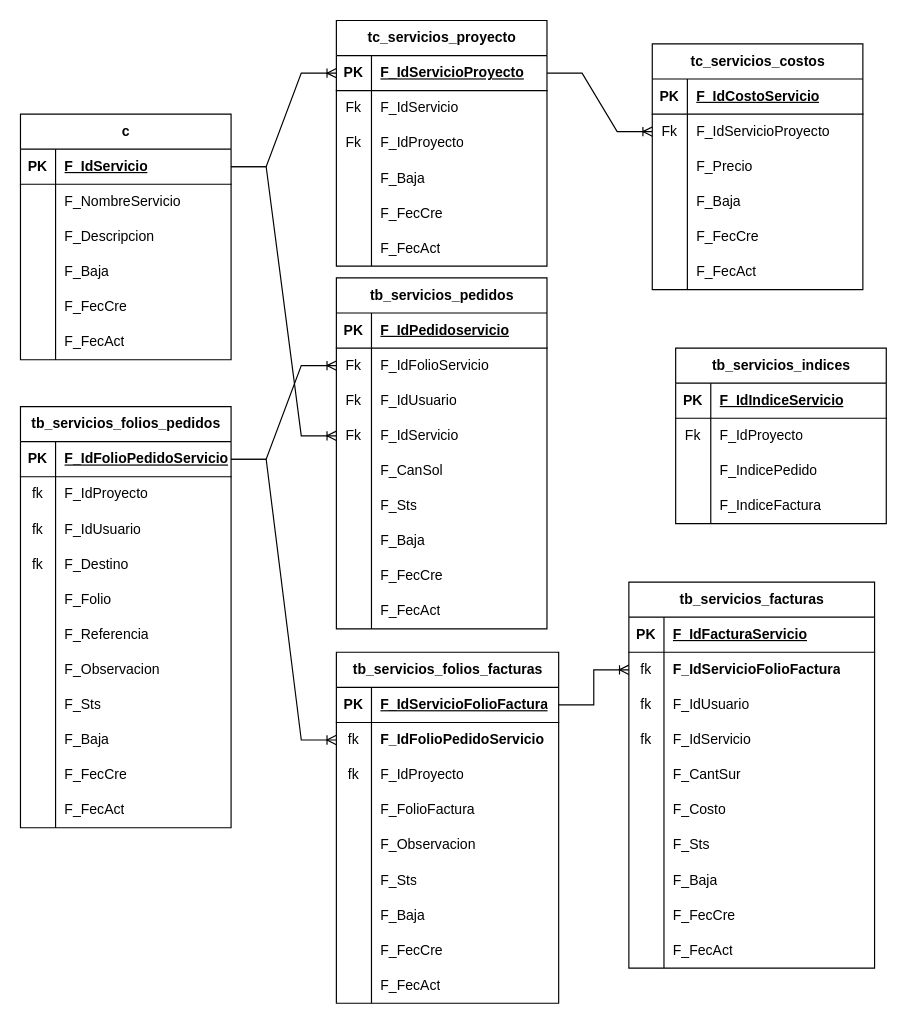
Above: RemisionesServiciosWms.drawio in ErnestoDanielTafoyaMolinaCYM/clases-cat-cym (draw.io), before the change. Source tidied: cells renumbered, new cells numbered last; positions are measured from the earlier drawing's top-left corner, leaving out a move shared by most shapes. Both pictures are drawn from the tidied source at 117%, with x=0, y=0 at pixel (20, 20).
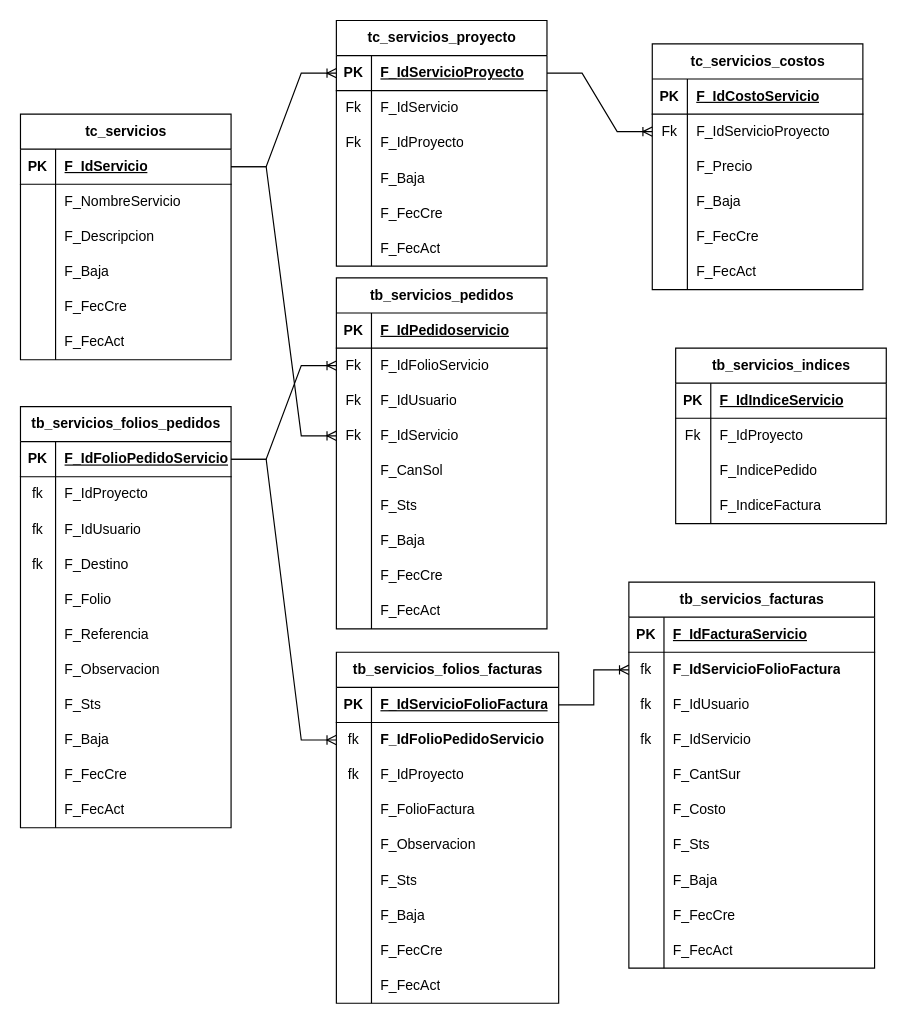
The same page after the edit.

Diff of the diagram source:
```diff
@@
-    <mxCell id="2" value="c" style="shape=table;startSize=30;childLayout=tableLayout;rowLines=0;fontStyle=1;align=center;html=1;" parent="1" vertex="1">
+    <mxCell id="2" value="tc_servicios" style="shape=table;startSize=30;childLayout=tableLayout;rowLines=0;fontStyle=1;align=center;html=1;" parent="1" vertex="1">
       <mxGeometry y="80" width="180" height="210" as="geometry" />
     </mxCell>
```
